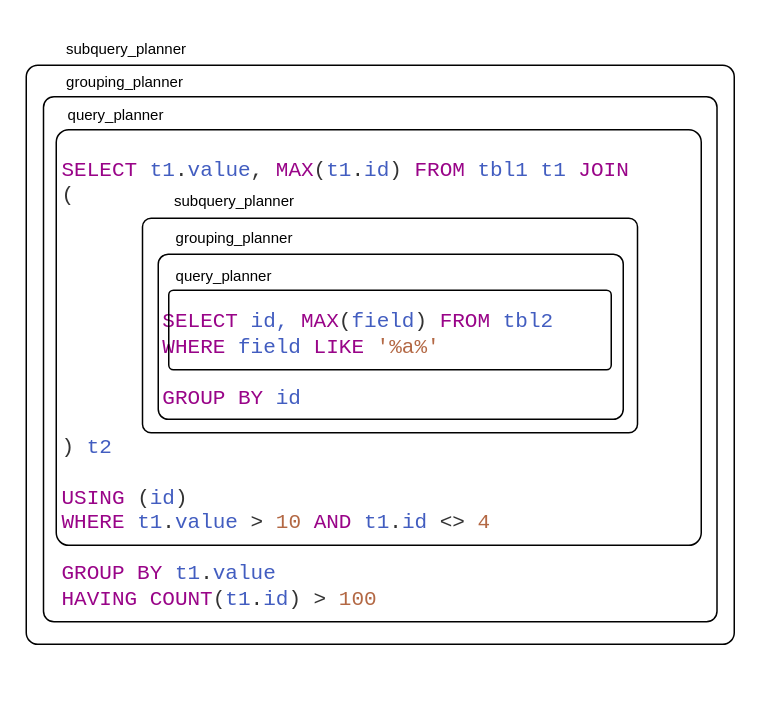
The draw.io diagram PGBootcamp2024/debugging-postgres-planner/img/source-code-query-correlation.drawio in ashenBlade/tantor-pg-meetups, before the edit. Source tidied: cells renumbered, new cells numbered last; positions are measured from the earlier drawing's top-left corner, leaving out a move shared by most shapes. Both pictures are drawn from the tidied source at 150%, with x=0, y=0 at pixel (26, 26).
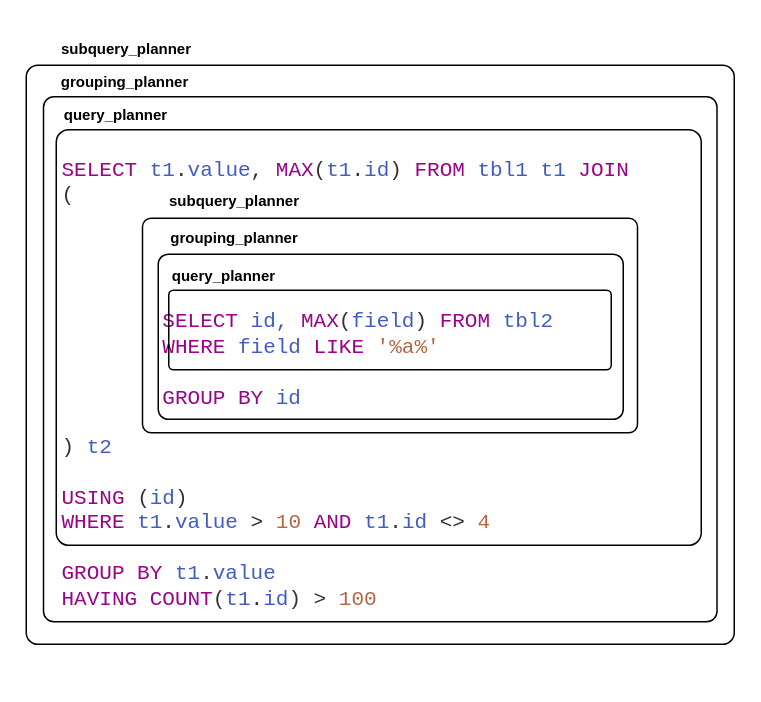
The same diagram, later.

What changed in the source:
```diff
@@
 <mxGraphModel>
   <root>
     <mxCell id="0" />
     <mxCell id="1" parent="0" />
     <mxCell id="2" value="&lt;div style=&quot;font-size: 14px;&quot;&gt;&lt;span style=&quot;background-color: initial; font-size: 14px;&quot;&gt;&lt;font color=&quot;#990488&quot; style=&quot;font-size: 14px;&quot;&gt;SELECT&lt;/font&gt; &lt;font color=&quot;#425dc0&quot; style=&quot;font-size: 14px;&quot;&gt;t1&lt;/font&gt;&lt;font color=&quot;#333333&quot; style=&quot;font-size: 14px;&quot;&gt;.&lt;/font&gt;&lt;font color=&quot;#425dc0&quot; style=&quot;font-size: 14px;&quot;&gt;value&lt;/font&gt;&lt;font color=&quot;#333333&quot; style=&quot;font-size: 14px;&quot;&gt;,&lt;/font&gt;&lt;font color=&quot;#990488&quot; style=&quot;font-size: 14px;&quot;&gt; MAX&lt;/font&gt;&lt;font color=&quot;#333333&quot; style=&quot;font-size: 14px;&quot;&gt;(&lt;/font&gt;&lt;font color=&quot;#425dc0&quot; style=&quot;font-size: 14px;&quot;&gt;t1&lt;/font&gt;&lt;font color=&quot;#333333&quot; style=&quot;font-size: 14px;&quot;&gt;.&lt;/font&gt;&lt;font color=&quot;#425dc0&quot; style=&quot;font-size: 14px;&quot;&gt;id&lt;/font&gt;&lt;font color=&quot;#333333&quot; style=&quot;font-size: 14px;&quot;&gt;)&lt;/font&gt;&lt;font color=&quot;#990488&quot; style=&quot;font-size: 14px;&quot;&gt; FROM&lt;/font&gt; &lt;font color=&quot;#425dc0&quot; style=&quot;font-size: 14px;&quot;&gt;tbl1 t1&lt;/font&gt;&lt;font color=&quot;#990488&quot; style=&quot;font-size: 14px;&quot;&gt;&amp;nbsp;&lt;/font&gt;&lt;/span&gt;&lt;span style=&quot;color: rgb(153, 4, 136); background-color: initial; font-size: 14px;&quot;&gt;JOIN&lt;/span&gt;&lt;/div&gt;&lt;font color=&quot;#333333&quot; style=&quot;font-size: 14px;&quot;&gt;(&lt;/font&gt;&lt;div style=&quot;font-size: 14px;&quot;&gt;&lt;font color=&quot;#333333&quot; style=&quot;font-size: 14px;&quot;&gt;&lt;br style=&quot;font-size: 14px;&quot;&gt;&lt;/font&gt;&lt;div style=&quot;font-size: 14px;&quot;&gt;&lt;font color=&quot;#333333&quot; style=&quot;font-size: 14px;&quot;&gt;&lt;br style=&quot;font-size: 14px;&quot;&gt;&lt;/font&gt;&lt;/div&gt;&lt;div style=&quot;font-size: 14px;&quot;&gt;&lt;font color=&quot;#333333&quot; style=&quot;font-size: 14px;&quot;&gt;&lt;br style=&quot;font-size: 14px;&quot;&gt;&lt;/font&gt;&lt;div style=&quot;font-size: 14px;&quot;&gt;&lt;font color=&quot;#990488&quot; style=&quot;background-color: initial; font-size: 14px;&quot;&gt;&lt;br style=&quot;font-size: 14px;&quot;&gt;&lt;/font&gt;&lt;/div&gt;&lt;div style=&quot;font-size: 14px;&quot;&gt;&lt;font color=&quot;#990488&quot; style=&quot;background-color: initial; font-size: 14px;&quot;&gt;&lt;span style=&quot;white-space: pre; font-size: 14px;&quot;&gt;&#9;&lt;/span&gt;SELECT&lt;/font&gt;&lt;span style=&quot;background-color: initial; font-size: 14px;&quot;&gt; &lt;/span&gt;&lt;font color=&quot;#425dc0&quot; style=&quot;background-color: initial; font-size: 14px;&quot;&gt;id, &lt;/font&gt;&lt;font color=&quot;#990488&quot; style=&quot;background-color: initial; font-size: 14px;&quot;&gt;MAX&lt;/font&gt;&lt;font color=&quot;#333333&quot; style=&quot;background-color: initial; font-size: 14px;&quot;&gt;(&lt;/font&gt;&lt;font color=&quot;#425dc0&quot; style=&quot;background-color: initial; font-size: 14px;&quot;&gt;field&lt;/font&gt;&lt;font color=&quot;#333333&quot; style=&quot;background-color: initial; font-size: 14px;&quot;&gt;)&lt;/font&gt;&lt;span style=&quot;background-color: initial; font-size: 14px;&quot;&gt;&amp;nbsp;&lt;/span&gt;&lt;font color=&quot;#990488&quot; style=&quot;background-color: initial; font-size: 14px;&quot;&gt;FROM&lt;/font&gt;&lt;span style=&quot;background-color: initial; font-size: 14px;&quot;&gt; &lt;/span&gt;&lt;font color=&quot;#425dc0&quot; style=&quot;background-color: initial; font-size: 14px;&quot;&gt;tbl2&lt;/font&gt;&lt;span style=&quot;background-color: initial; font-size: 14px;&quot;&gt;&amp;nbsp;&lt;/span&gt;&lt;div style=&quot;font-size: 14px;&quot;&gt;&lt;div style=&quot;font-size: 14px;&quot;&gt;&lt;font color=&quot;#990488&quot; style=&quot;font-size: 14px;&quot;&gt;&lt;span style=&quot;white-space: pre; font-size: 14px;&quot;&gt;&#9;&lt;/span&gt;WHERE&lt;/font&gt;&lt;span style=&quot;background-color: initial; font-size: 14px;&quot;&gt;&amp;nbsp;&lt;/span&gt;&lt;font color=&quot;#425dc0&quot; style=&quot;background-color: initial; font-size: 14px;&quot;&gt;field &lt;/font&gt;&lt;font color=&quot;#990488&quot; style=&quot;background-color: initial; font-size: 14px;&quot;&gt;LIKE&lt;/font&gt;&lt;font color=&quot;#425dc0&quot; style=&quot;background-color: initial; font-size: 14px;&quot;&gt; &lt;/font&gt;&lt;font color=&quot;#b36844&quot; style=&quot;background-color: initial; font-size: 14px;&quot;&gt;'%a%'&lt;/font&gt;&lt;/div&gt;&lt;div style=&quot;font-size: 14px;&quot;&gt;&lt;br style=&quot;font-size: 14px;&quot;&gt;&lt;/div&gt;&lt;div style=&quot;font-size: 14px;&quot;&gt;&lt;font color=&quot;#990488&quot; style=&quot;font-size: 14px;&quot;&gt;&lt;span style=&quot;white-space: pre; font-size: 14px;&quot;&gt;&#9;&lt;/span&gt;GROUP BY&lt;/font&gt;&lt;font color=&quot;#425dc0&quot; style=&quot;font-size: 14px;&quot;&gt; id&lt;/font&gt;&lt;/div&gt;&lt;div style=&quot;font-size: 14px;&quot;&gt;&lt;font color=&quot;#333333&quot; style=&quot;background-color: initial; font-size: 14px;&quot;&gt;&lt;br style=&quot;font-size: 14px;&quot;&gt;&lt;/font&gt;&lt;/div&gt;&lt;div style=&quot;font-size: 14px;&quot;&gt;&lt;font color=&quot;#333333&quot; style=&quot;background-color: initial; font-size: 14px;&quot;&gt;)&lt;/font&gt;&lt;font color=&quot;#990488&quot; style=&quot;background-color: initial; font-size: 14px;&quot;&gt; &lt;/font&gt;&lt;font color=&quot;#425dc0&quot; style=&quot;background-color: initial; font-size: 14px;&quot;&gt;t2&lt;/font&gt;&lt;br style=&quot;font-size: 14px;&quot;&gt;&lt;/div&gt;&lt;div style=&quot;font-size: 14px;&quot;&gt;&lt;div style=&quot;font-size: 14px;&quot;&gt;&lt;font color=&quot;#990488&quot; style=&quot;font-size: 14px;&quot;&gt;&lt;br style=&quot;font-size: 14px;&quot;&gt;&lt;/font&gt;&lt;/div&gt;&lt;div style=&quot;font-size: 14px;&quot;&gt;&lt;font color=&quot;#990488&quot; style=&quot;font-size: 14px;&quot;&gt;USING &lt;/font&gt;&lt;font color=&quot;#333333&quot; style=&quot;font-size: 14px;&quot;&gt;(&lt;/font&gt;&lt;font color=&quot;#425dc0&quot; style=&quot;font-size: 14px;&quot;&gt;id&lt;/font&gt;&lt;font color=&quot;#333333&quot; style=&quot;font-size: 14px;&quot;&gt;)&lt;/font&gt;&lt;/div&gt;&lt;div style=&quot;font-size: 14px;&quot;&gt;&lt;font color=&quot;#990488&quot; style=&quot;font-size: 14px;&quot;&gt;WHERE &lt;/font&gt;&lt;font color=&quot;#425dc0&quot; style=&quot;font-size: 14px;&quot;&gt;t1&lt;/font&gt;&lt;font color=&quot;#333333&quot; style=&quot;font-size: 14px;&quot;&gt;.&lt;/font&gt;&lt;font color=&quot;#425dc0&quot; style=&quot;font-size: 14px;&quot;&gt;value&lt;/font&gt;&lt;font color=&quot;#990488&quot; style=&quot;font-size: 14px;&quot;&gt; &lt;/font&gt;&lt;font color=&quot;#333333&quot; style=&quot;font-size: 14px;&quot;&gt;&amp;gt;&lt;/font&gt;&lt;font color=&quot;#990488&quot; style=&quot;font-size: 14px;&quot;&gt; &lt;/font&gt;&lt;font color=&quot;#b36844&quot; style=&quot;font-size: 14px;&quot;&gt;10 &lt;/font&gt;&lt;font color=&quot;#990488&quot; style=&quot;font-size: 14px;&quot;&gt;AND&lt;/font&gt;&lt;font color=&quot;#b36844&quot; style=&quot;font-size: 14px;&quot;&gt; &lt;/font&gt;&lt;font color=&quot;#425dc0&quot; style=&quot;font-size: 14px;&quot;&gt;t1&lt;/font&gt;&lt;font color=&quot;#333333&quot; style=&quot;font-size: 14px;&quot;&gt;.&lt;/font&gt;&lt;font color=&quot;#425dc0&quot; style=&quot;font-size: 14px;&quot;&gt;id&lt;/font&gt;&lt;font color=&quot;#b36844&quot; style=&quot;font-size: 14px;&quot;&gt; &lt;/font&gt;&lt;font color=&quot;#333333&quot; style=&quot;font-size: 14px;&quot;&gt;&amp;lt;&amp;gt;&lt;/font&gt;&lt;font color=&quot;#b36844&quot; style=&quot;font-size: 14px;&quot;&gt; 4&lt;/font&gt;&lt;/div&gt;&lt;div style=&quot;font-size: 14px;&quot;&gt;&lt;font color=&quot;#990488&quot; style=&quot;font-size: 14px;&quot;&gt;&lt;br style=&quot;font-size: 14px;&quot;&gt;GROUP BY &lt;/font&gt;&lt;font color=&quot;#425dc0&quot; style=&quot;font-size: 14px;&quot;&gt;t1&lt;/font&gt;&lt;font color=&quot;#333333&quot; style=&quot;font-size: 14px;&quot;&gt;.&lt;/font&gt;&lt;font color=&quot;#425dc0&quot; style=&quot;font-size: 14px;&quot;&gt;value&lt;/font&gt;&lt;/div&gt;&lt;div style=&quot;font-size: 14px;&quot;&gt;&lt;font color=&quot;#990488&quot; style=&quot;font-size: 14px;&quot;&gt;HAVING COUNT&lt;/font&gt;&lt;font color=&quot;#333333&quot; style=&quot;font-size: 14px;&quot;&gt;(&lt;/font&gt;&lt;font color=&quot;#425dc0&quot; style=&quot;font-size: 14px;&quot;&gt;t1&lt;/font&gt;&lt;font color=&quot;#333333&quot; style=&quot;font-size: 14px;&quot;&gt;.&lt;/font&gt;&lt;font color=&quot;#425dc0&quot; style=&quot;font-size: 14px;&quot;&gt;id&lt;/font&gt;&lt;font color=&quot;#333333&quot; style=&quot;font-size: 14px;&quot;&gt;)&lt;/font&gt;&lt;font color=&quot;#990488&quot; style=&quot;font-size: 14px;&quot;&gt; &lt;/font&gt;&lt;font color=&quot;#333333&quot; style=&quot;font-size: 14px;&quot;&gt;&amp;gt;&lt;/font&gt;&lt;font color=&quot;#990488&quot; style=&quot;font-size: 14px;&quot;&gt; &lt;/font&gt;&lt;font color=&quot;#b36844&quot; style=&quot;font-size: 14px;&quot;&gt;100&lt;/font&gt;&lt;/div&gt;&lt;/div&gt;&lt;/div&gt;&lt;/div&gt;&lt;/div&gt;&lt;/div&gt;" style="text;html=1;align=left;verticalAlign=middle;whiteSpace=wrap;rounded=0;fontFamily=Courier New;shadow=0;horizontal=1;spacing=2;fontSize=14;" parent="1" vertex="1">
       <mxGeometry x="21.5" y="44" width="448.5" height="390" as="geometry" />
     </mxCell>
-    <mxCell id="3" value="subquery_planner" style="text;html=1;align=center;verticalAlign=middle;whiteSpace=wrap;rounded=0;fontSize=10;" parent="1" vertex="1">
+    <mxCell id="3" value="subquery_planner" style="text;html=1;align=center;verticalAlign=middle;whiteSpace=wrap;rounded=0;fontSize=10;fontStyle=1;" parent="1" vertex="1">
       <mxGeometry x="20" width="94" height="30" as="geometry" />
     </mxCell>
     <mxCell id="4" style="rounded=1;whiteSpace=wrap;html=1;fillColor=none;align=left;verticalAlign=top;arcSize=2;" parent="1" vertex="1">
       <mxGeometry x="11.5" y="47" width="449" height="350" as="geometry" />
     </mxCell>
-    <mxCell id="5" value="query_planner" style="text;html=1;align=center;verticalAlign=middle;whiteSpace=wrap;rounded=0;fontSize=10;" parent="1" vertex="1">
+    <mxCell id="5" value="query_planner" style="text;html=1;align=center;verticalAlign=middle;whiteSpace=wrap;rounded=0;fontSize=10;fontStyle=1;" parent="1" vertex="1">
       <mxGeometry x="18" y="44" width="84" height="30" as="geometry" />
     </mxCell>
     <mxCell id="6" style="rounded=1;whiteSpace=wrap;html=1;fillColor=none;align=left;verticalAlign=top;arcSize=2;" parent="1" vertex="1">
       <mxGeometry y="26" width="472" height="386" as="geometry" />
     </mxCell>
-    <mxCell id="7" value="grouping_planner" style="text;html=1;align=center;verticalAlign=middle;whiteSpace=wrap;rounded=0;fontSize=10;" parent="1" vertex="1">
+    <mxCell id="7" value="grouping_planner" style="text;html=1;align=center;verticalAlign=middle;whiteSpace=wrap;rounded=0;fontSize=10;fontStyle=1;" parent="1" vertex="1">
       <mxGeometry x="21.5" y="22" width="88" height="30" as="geometry" />
     </mxCell>
     <mxCell id="8" style="rounded=1;whiteSpace=wrap;html=1;fillColor=none;align=left;verticalAlign=top;arcSize=3;" parent="1" vertex="1">
       <mxGeometry x="20" y="69" width="430" height="277" as="geometry" />
     </mxCell>
-    <mxCell id="9" value="subquery_planner" style="text;html=1;align=center;verticalAlign=middle;whiteSpace=wrap;rounded=0;fontSize=10;" parent="1" vertex="1">
+    <mxCell id="9" value="subquery_planner" style="text;html=1;align=center;verticalAlign=middle;whiteSpace=wrap;rounded=0;fontSize=10;fontStyle=1;" parent="1" vertex="1">
       <mxGeometry x="88" y="101" width="102" height="30" as="geometry" />
     </mxCell>
     <mxCell id="10" style="rounded=1;whiteSpace=wrap;html=1;fillColor=none;align=left;verticalAlign=top;arcSize=6;" parent="1" vertex="1">
       <mxGeometry x="95" y="176" width="295" height="53" as="geometry" />
     </mxCell>
     <mxCell id="11" style="rounded=1;whiteSpace=wrap;html=1;fillColor=none;align=left;verticalAlign=top;arcSize=4;" parent="1" vertex="1">
       <mxGeometry x="77.5" y="128" width="330" height="143" as="geometry" />
     </mxCell>
-    <mxCell id="12" value="query_planner" style="text;html=1;align=center;verticalAlign=middle;whiteSpace=wrap;rounded=0;fontSize=10;" parent="1" vertex="1">
+    <mxCell id="12" value="query_planner" style="text;html=1;align=center;verticalAlign=middle;whiteSpace=wrap;rounded=0;fontSize=10;fontStyle=1;" parent="1" vertex="1">
       <mxGeometry x="90" y="151" width="84" height="30" as="geometry" />
     </mxCell>
     <mxCell id="13" style="rounded=1;whiteSpace=wrap;html=1;fillColor=none;align=left;verticalAlign=top;arcSize=6;" parent="1" vertex="1">
       <mxGeometry x="88" y="152" width="310" height="110" as="geometry" />
     </mxCell>
-    <mxCell id="14" value="grouping_planner" style="text;html=1;align=center;verticalAlign=middle;whiteSpace=wrap;rounded=0;fontSize=10;" parent="1" vertex="1">
+    <mxCell id="14" value="grouping_planner" style="text;html=1;align=center;verticalAlign=middle;whiteSpace=wrap;rounded=0;fontSize=10;fontStyle=1;" parent="1" vertex="1">
       <mxGeometry x="95" y="126" width="88" height="30" as="geometry" />
     </mxCell>
   </root>
 </mxGraphModel>
```
